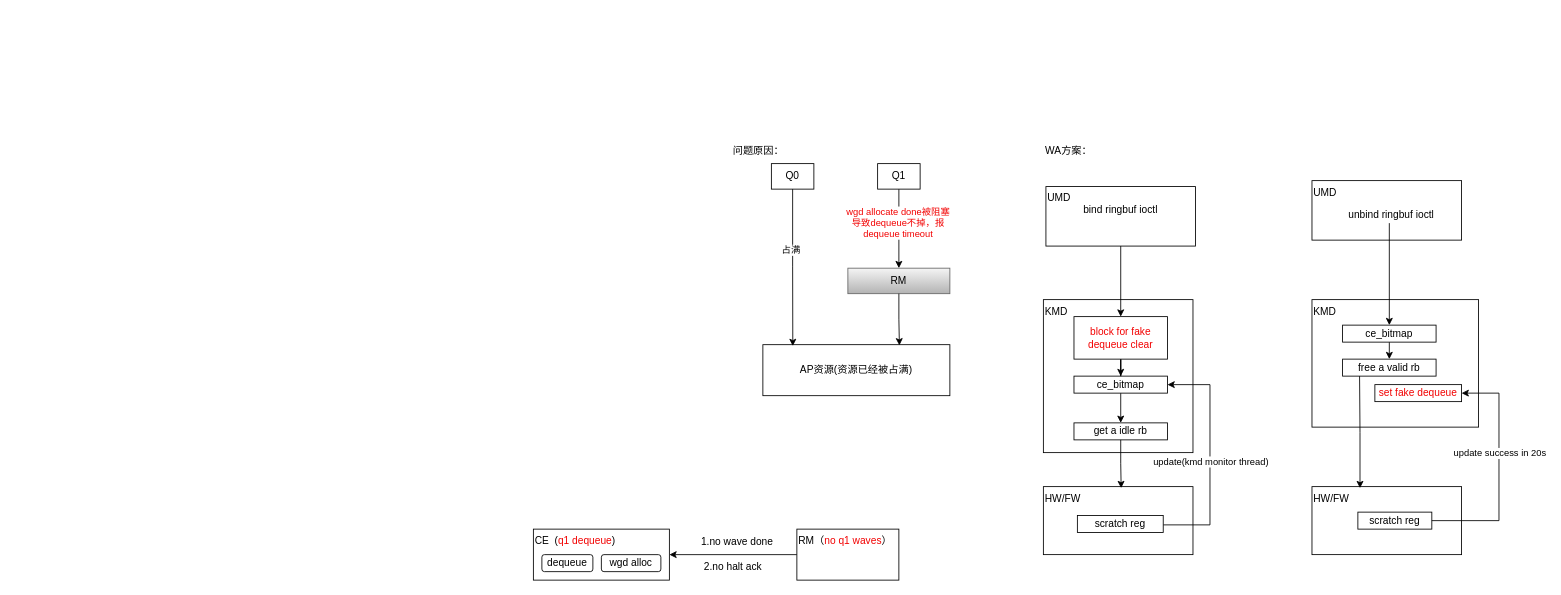
Above: FAKE DEQUEUE.drawio in denglin12315/drawio_repo (draw.io), before the change. Source tidied: cells renumbered, new cells numbered last; positions are measured from the earlier drawing's top-left corner, leaving out a move shared by most shapes. Both pictures are drawn from the tidied source at 85%, with x=0, y=0 at pixel (533, 138).
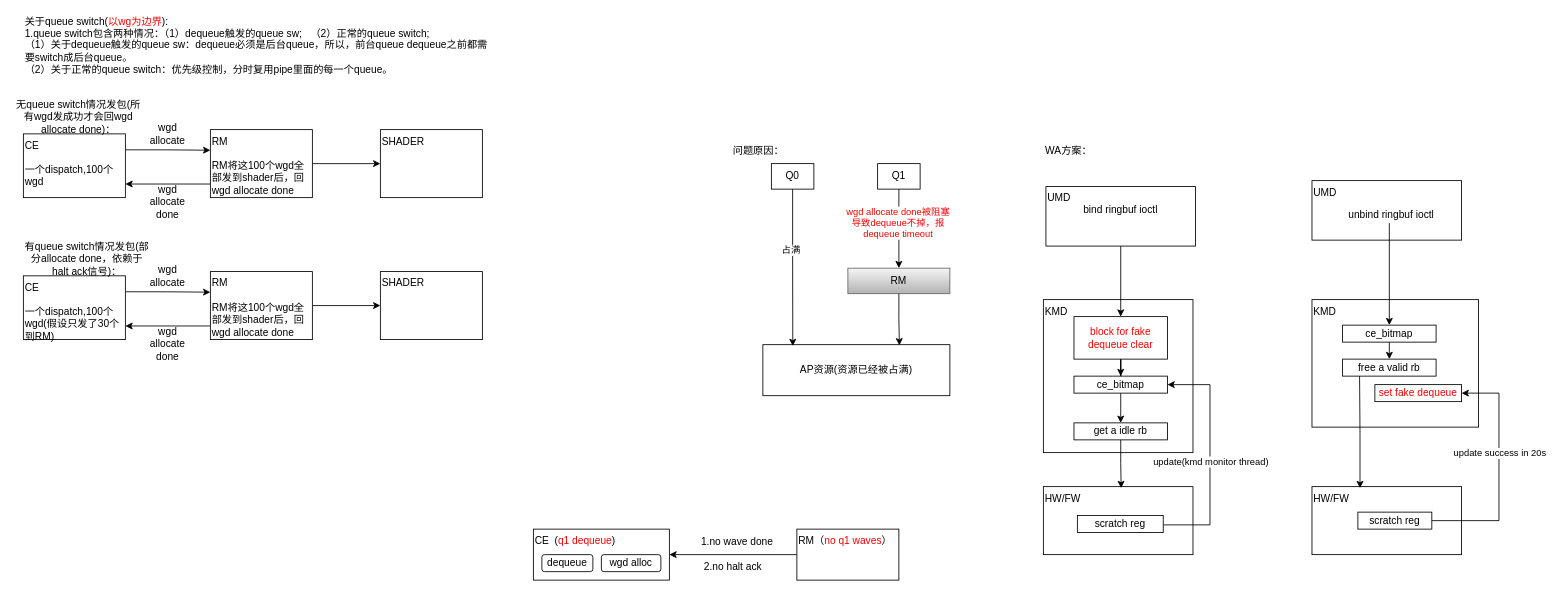
After the change.

The edit, as a diff of the source:
```diff
@@
+    <mxCell id="47" style="edgeStyle=orthogonalEdgeStyle;rounded=0;jettySize=auto;html=1;exitX=1;exitY=0.25;exitDx=0;exitDy=0;entryX=0;entryY=0.303;entryDx=0;entryDy=0;entryPerimeter=0;" parent="1" edge="1" source="48" target="51">
+      <mxGeometry relative="1" as="geometry" />
+    </mxCell>
+    <mxCell id="48" value="CE&lt;div&gt;&lt;br&gt;&lt;/div&gt;&lt;div&gt;一个dispatch,100个wgd&lt;/div&gt;" style="rounded=0;whiteSpace=wrap;html=1;align=left;verticalAlign=top;" parent="1" vertex="1">
+      <mxGeometry x="-600" y="-5" width="120" height="75" as="geometry" />
+    </mxCell>
+    <mxCell id="49" style="edgeStyle=orthogonalEdgeStyle;rounded=0;orthogonalLoop=1;jettySize=auto;html=1;exitX=0;exitY=0.5;exitDx=0;exitDy=0;entryX=1;entryY=0.5;entryDx=0;entryDy=0;" parent="1" edge="1">
+      <mxGeometry relative="1" as="geometry">
+        <mxPoint x="-380" y="54" as="sourcePoint" />
+        <mxPoint x="-480" y="54" as="targetPoint" />
+      </mxGeometry>
+    </mxCell>
+    <mxCell id="50" style="edgeStyle=orthogonalEdgeStyle;rounded=0;jettySize=auto;html=1;exitX=1;exitY=0.5;exitDx=0;exitDy=0;entryX=0;entryY=0.5;entryDx=0;entryDy=0;" parent="1" edge="1" source="51" target="53">
+      <mxGeometry relative="1" as="geometry" />
+    </mxCell>
+    <mxCell id="51" value="RM&lt;div&gt;&lt;br&gt;&lt;/div&gt;&lt;div&gt;RM将这100个wgd全部发到shader后，回wgd allocate done&lt;/div&gt;" style="rounded=0;whiteSpace=wrap;html=1;align=left;verticalAlign=top;" parent="1" vertex="1">
+      <mxGeometry x="-380" y="-10" width="120" height="80" as="geometry" />
+    </mxCell>
+    <mxCell id="52" value="wgd allocate done" style="text;html=1;align=center;verticalAlign=middle;whiteSpace=wrap;rounded=0;" parent="1" vertex="1">
+      <mxGeometry x="-460" y="60" width="60" height="30" as="geometry" />
+    </mxCell>
+    <mxCell id="53" value="SHADER" style="rounded=0;whiteSpace=wrap;html=1;align=left;verticalAlign=top;" parent="1" vertex="1">
+      <mxGeometry x="-180" y="-10" width="120" height="80" as="geometry" />
+    </mxCell>
+    <mxCell id="54" value="wgd allocate" style="text;html=1;align=center;verticalAlign=middle;whiteSpace=wrap;rounded=0;" parent="1" vertex="1">
+      <mxGeometry x="-460" y="-20" width="60" height="30" as="geometry" />
+    </mxCell>
+    <mxCell id="55" value="无queue switch情况发包(所有wgd发成功才会回wgd allocate done)：" style="text;html=1;align=center;verticalAlign=middle;whiteSpace=wrap;rounded=0;" parent="1" vertex="1">
+      <mxGeometry x="-610" y="-40" width="150" height="30" as="geometry" />
+    </mxCell>
+    <mxCell id="56" value="&lt;div&gt;关于queue switch(&lt;font style=&quot;color: rgb(242, 2, 2);&quot;&gt;以wg为边界&lt;/font&gt;):&lt;/div&gt;&lt;div&gt;1.queue switch包含两种情况：（1）dequeue触发的queue sw;&amp;nbsp; &amp;nbsp;（2）正常的queue switch;&lt;/div&gt;（1）关于dequeue触发的queue sw：dequeue必须是后台queue，所以，前台queue dequeue之前都需要switch成后台queue。&lt;div&gt;（2）关于&lt;span style=&quot;background-color: transparent; color: light-dark(rgb(0, 0, 0), rgb(255, 255, 255));&quot;&gt;正常的queue switch：优先级控制，分时复用pipe里面的每一个queue。&lt;/span&gt;&lt;/div&gt;" style="text;html=1;align=left;verticalAlign=middle;whiteSpace=wrap;rounded=0;" parent="1" vertex="1">
+      <mxGeometry x="-600" y="-110" width="550" as="geometry" />
+    </mxCell>
+    <mxCell id="57" style="edgeStyle=orthogonalEdgeStyle;rounded=0;jettySize=auto;html=1;exitX=1;exitY=0.25;exitDx=0;exitDy=0;entryX=0;entryY=0.303;entryDx=0;entryDy=0;entryPerimeter=0;" parent="1" edge="1" source="58" target="61">
+      <mxGeometry relative="1" as="geometry" />
+    </mxCell>
+    <mxCell id="58" value="CE&lt;div&gt;&lt;br&gt;&lt;/div&gt;&lt;div&gt;一个dispatch,100个wgd(假设只发了30个到RM)&lt;/div&gt;" style="rounded=0;whiteSpace=wrap;html=1;align=left;verticalAlign=top;" parent="1" vertex="1">
+      <mxGeometry x="-600" y="162" width="120" height="75" as="geometry" />
+    </mxCell>
+    <mxCell id="59" style="edgeStyle=orthogonalEdgeStyle;rounded=0;orthogonalLoop=1;jettySize=auto;html=1;exitX=0;exitY=0.5;exitDx=0;exitDy=0;entryX=1;entryY=0.5;entryDx=0;entryDy=0;" parent="1" edge="1">
+      <mxGeometry relative="1" as="geometry">
+        <mxPoint x="-380" y="221" as="sourcePoint" />
+        <mxPoint x="-480" y="221" as="targetPoint" />
+      </mxGeometry>
+    </mxCell>
+    <mxCell id="60" style="edgeStyle=orthogonalEdgeStyle;rounded=0;jettySize=auto;html=1;exitX=1;exitY=0.5;exitDx=0;exitDy=0;entryX=0;entryY=0.5;entryDx=0;entryDy=0;" parent="1" edge="1" source="61" target="63">
+      <mxGeometry relative="1" as="geometry" />
+    </mxCell>
+    <mxCell id="61" value="RM&lt;div&gt;&lt;br&gt;&lt;/div&gt;&lt;div&gt;RM将这100个wgd全部发到shader后，回wgd allocate done&lt;/div&gt;" style="rounded=0;whiteSpace=wrap;html=1;align=left;verticalAlign=top;" parent="1" vertex="1">
+      <mxGeometry x="-380" y="157" width="120" height="80" as="geometry" />
+    </mxCell>
+    <mxCell id="62" value="wgd allocate done" style="text;html=1;align=center;verticalAlign=middle;whiteSpace=wrap;rounded=0;" parent="1" vertex="1">
+      <mxGeometry x="-460" y="227" width="60" height="30" as="geometry" />
+    </mxCell>
+    <mxCell id="63" value="SHADER" style="rounded=0;whiteSpace=wrap;html=1;align=left;verticalAlign=top;" parent="1" vertex="1">
+      <mxGeometry x="-180" y="157" width="120" height="80" as="geometry" />
+    </mxCell>
+    <mxCell id="64" value="wgd allocate" style="text;html=1;align=center;verticalAlign=middle;whiteSpace=wrap;rounded=0;" parent="1" vertex="1">
+      <mxGeometry x="-460" y="147" width="60" height="30" as="geometry" />
+    </mxCell>
+    <mxCell id="65" value="有queue switch情况发包(部分allocate done，依赖于halt ack信号)：" style="text;html=1;align=center;verticalAlign=middle;whiteSpace=wrap;rounded=0;" parent="1" vertex="1">
+      <mxGeometry x="-600" y="127" width="150" height="30" as="geometry" />
+    </mxCell>
```
